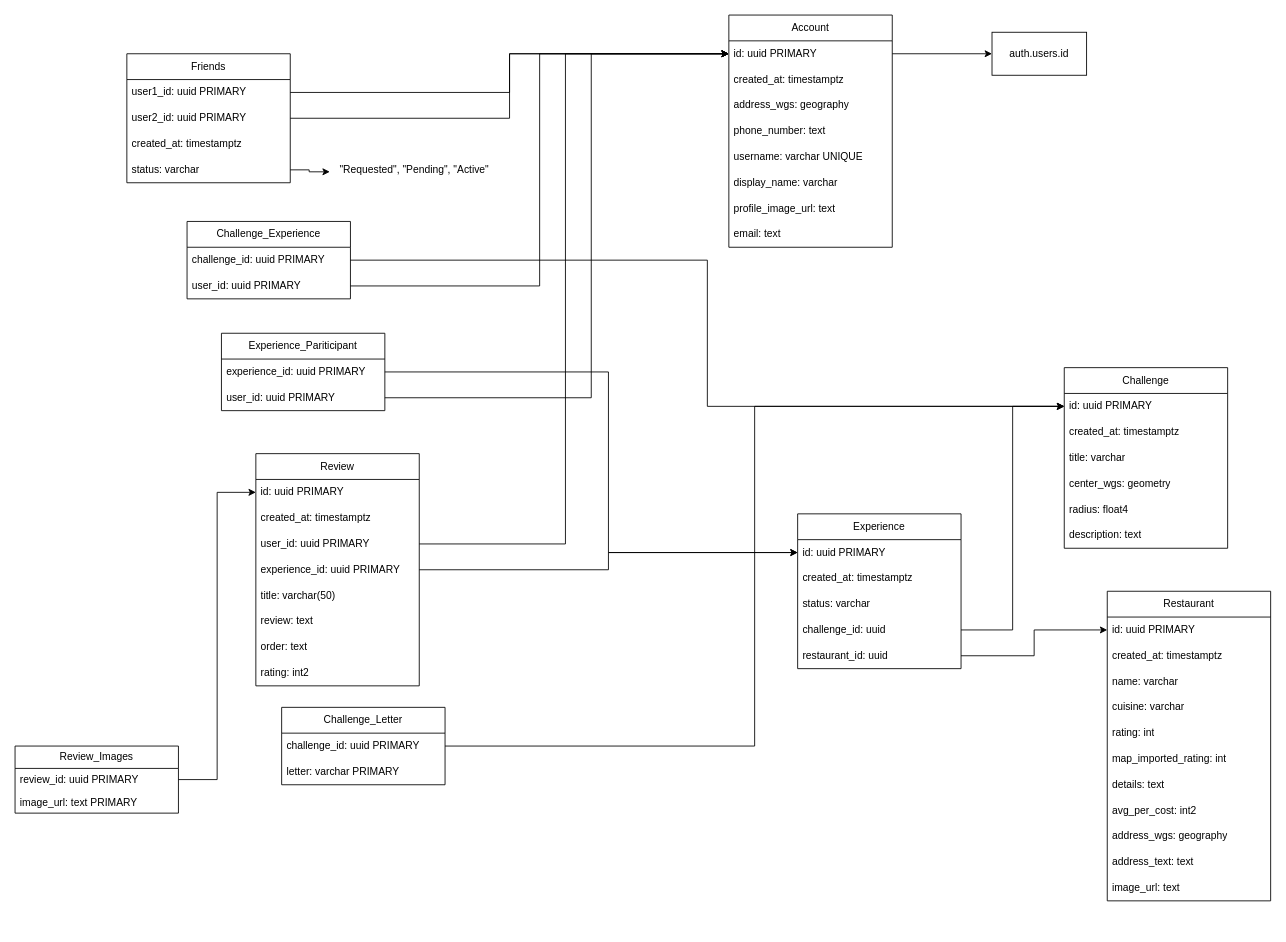
kbeaverson/Eat-the-Alphabet keeps this draw.io diagram as supabase_database_diagram.drawio. Above is the earlier version. Source tidied: cells renumbered, new cells numbered last; positions are measured from the earlier drawing's top-left corner, leaving out a move shared by most shapes. Both pictures are drawn from the tidied source at 86%, with x=0, y=0 at pixel (15, 15).
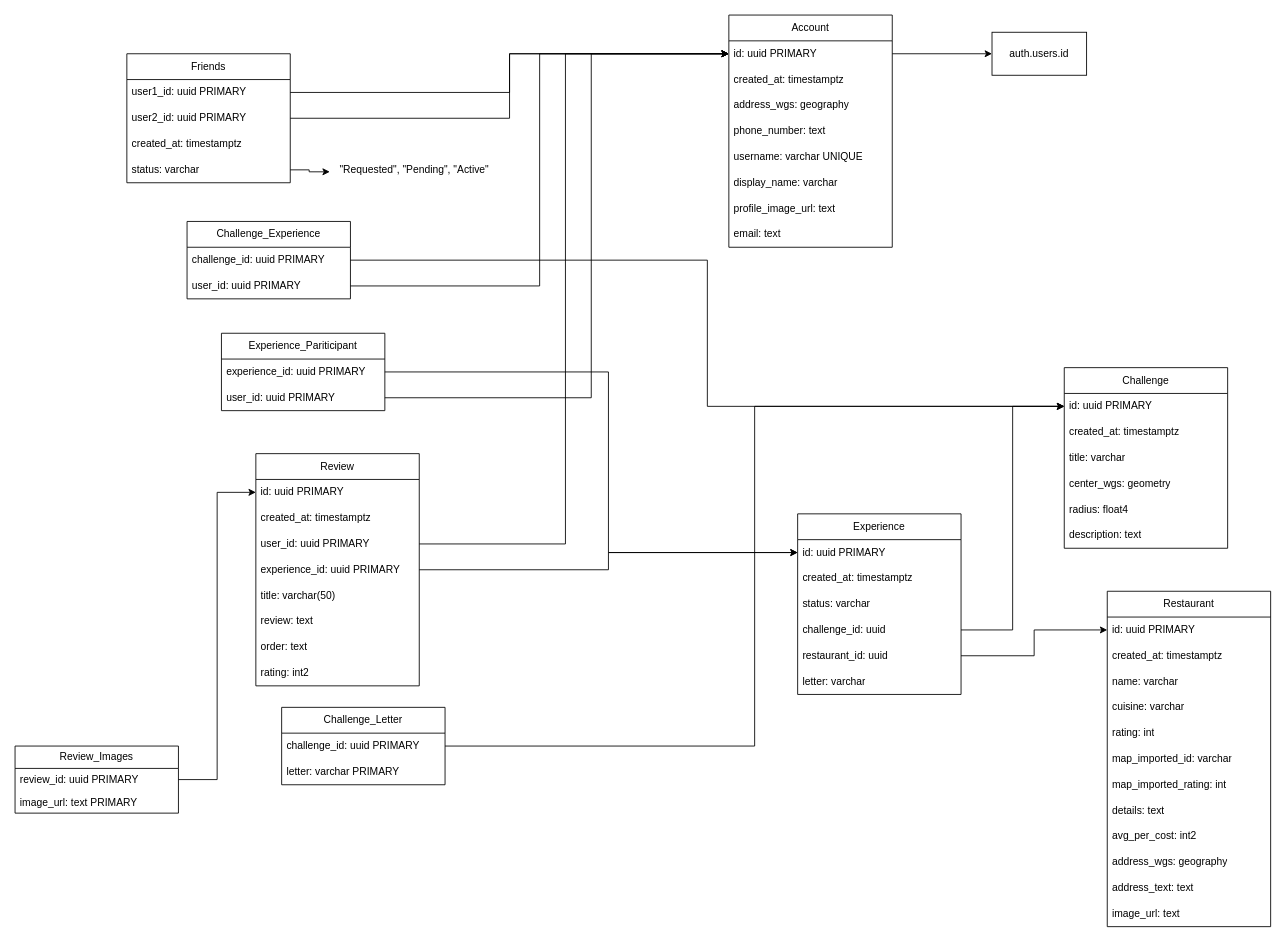
Above is the later version.

The edit, as a diff of the source:
```diff
@@
     <mxCell id="38" value="Restaurant" style="swimlane;fontStyle=0;horizontal=1;startSize=30;whiteSpace=wrap;html=1;" parent="1" vertex="1">
-      <mxGeometry x="1270" y="670" width="190" height="360" as="geometry" />
+      <mxGeometry x="1270" y="670" width="190" height="390" as="geometry" />
     </mxCell>
@@
+    <mxCell id="78" value="map_imported_id: varchar" style="text;strokeColor=none;fillColor=none;align=left;verticalAlign=middle;spacingLeft=4;spacingRight=4;overflow=hidden;whiteSpace=wrap;html=1;" parent="38" vertex="1">
+      <mxGeometry y="180" width="190" height="30" as="geometry" />
+    </mxCell>
     <mxCell id="44" value="map_imported_rating: int" style="text;strokeColor=none;fillColor=none;align=left;verticalAlign=middle;spacingLeft=4;spacingRight=4;overflow=hidden;whiteSpace=wrap;html=1;" parent="38" vertex="1">
-      <mxGeometry y="180" width="190" height="30" as="geometry" />
+      <mxGeometry y="210" width="190" height="30" as="geometry" />
     </mxCell>
     <mxCell id="45" value="details: text" style="text;strokeColor=none;fillColor=none;align=left;verticalAlign=middle;spacingLeft=4;spacingRight=4;overflow=hidden;whiteSpace=wrap;html=1;" parent="38" vertex="1">
-      <mxGeometry y="210" width="190" height="30" as="geometry" />
+      <mxGeometry y="240" width="190" height="30" as="geometry" />
     </mxCell>
     <mxCell id="46" value="avg_per_cost: int2" style="text;strokeColor=none;fillColor=none;align=left;verticalAlign=middle;spacingLeft=4;spacingRight=4;overflow=hidden;whiteSpace=wrap;html=1;" parent="38" vertex="1">
-      <mxGeometry y="240" width="190" height="30" as="geometry" />
+      <mxGeometry y="270" width="190" height="30" as="geometry" />
     </mxCell>
     <mxCell id="47" value="address_wgs: geography" style="text;strokeColor=none;fillColor=none;align=left;verticalAlign=middle;spacingLeft=4;spacingRight=4;overflow=hidden;whiteSpace=wrap;html=1;" parent="38" vertex="1">
-      <mxGeometry y="270" width="190" height="30" as="geometry" />
+      <mxGeometry y="300" width="190" height="30" as="geometry" />
     </mxCell>
     <mxCell id="48" value="address_text: text" style="text;strokeColor=none;fillColor=none;align=left;verticalAlign=middle;spacingLeft=4;spacingRight=4;overflow=hidden;whiteSpace=wrap;html=1;" parent="38" vertex="1">
-      <mxGeometry y="300" width="190" height="30" as="geometry" />
+      <mxGeometry y="330" width="190" height="30" as="geometry" />
     </mxCell>
     <mxCell id="49" value="image_url: text" style="text;strokeColor=none;fillColor=none;align=left;verticalAlign=middle;spacingLeft=4;spacingRight=4;overflow=hidden;whiteSpace=wrap;html=1;" parent="38" vertex="1">
-      <mxGeometry y="330" width="190" height="30" as="geometry" />
+      <mxGeometry y="360" width="190" height="30" as="geometry" />
     </mxCell>
     <mxCell id="50" value="Experience" style="swimlane;fontStyle=0;horizontal=1;startSize=30;whiteSpace=wrap;html=1;" parent="1" vertex="1">
-      <mxGeometry x="910" y="580" width="190" height="180" as="geometry" />
+      <mxGeometry x="910" y="580" width="190" height="210" as="geometry" />
     </mxCell>
@@
+    <mxCell id="79" value="letter: varchar" style="text;strokeColor=none;fillColor=none;align=left;verticalAlign=middle;spacingLeft=4;spacingRight=4;overflow=hidden;whiteSpace=wrap;html=1;" parent="50" vertex="1">
+      <mxGeometry y="180" width="190" height="30" as="geometry" />
+    </mxCell>
```
